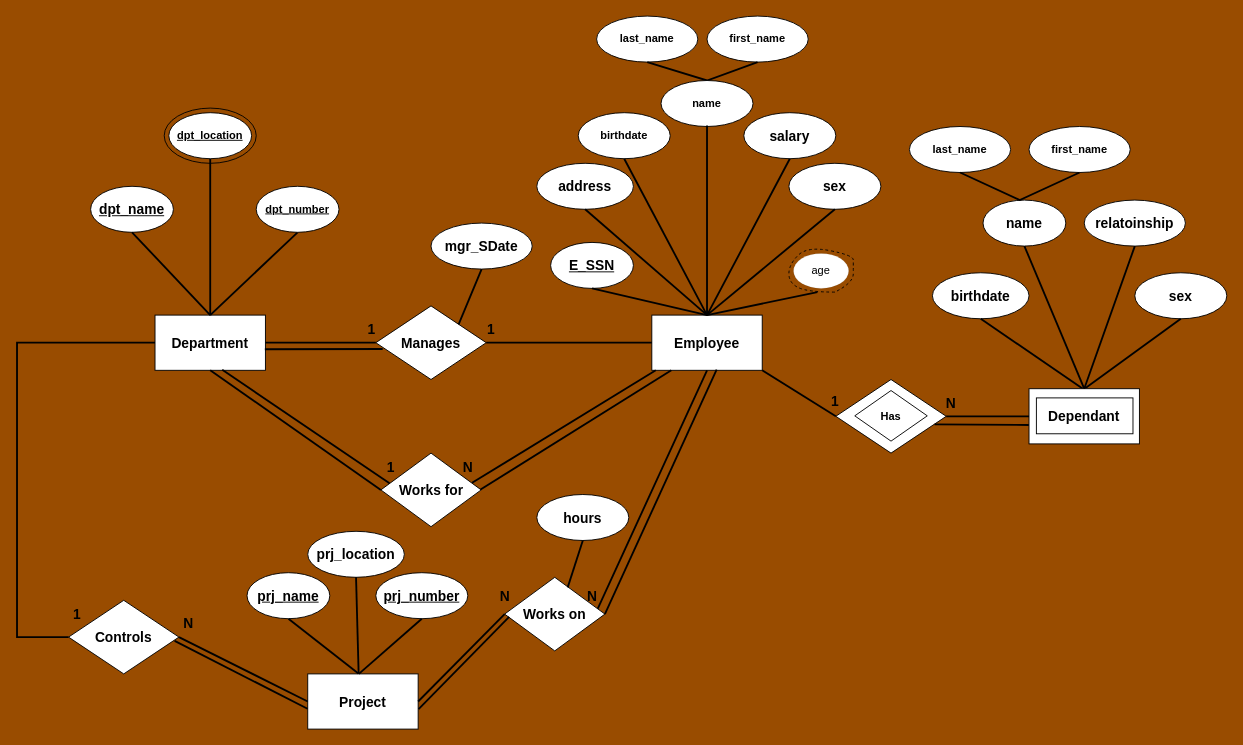
Above: ERD.drawio in Alsayed-Aldkhakhni/SoftwareEngineeringProject (draw.io), before the change. Source tidied: cells renumbered, new cells numbered last; positions are measured from the earlier drawing's top-left corner, leaving out a move shared by most shapes. Both pictures are drawn from the tidied source at 92%, with x=0, y=0 at pixel (17, 16).
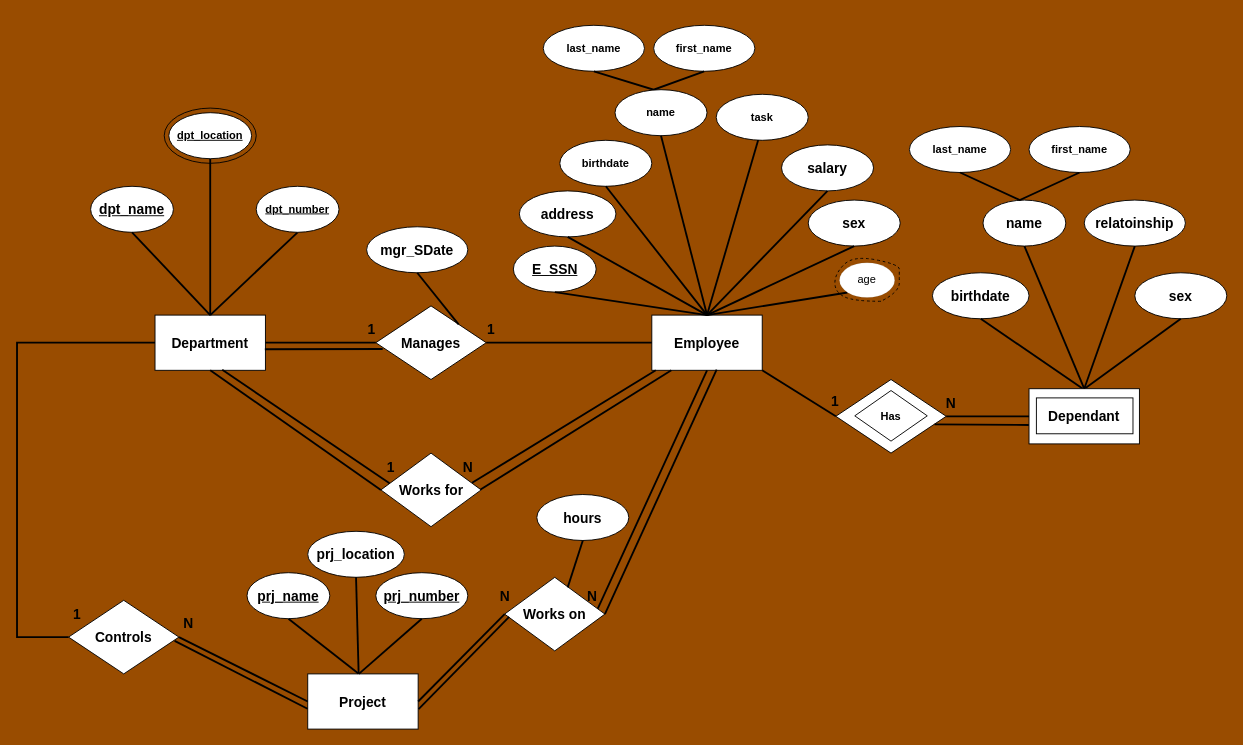
The same diagram, later.

Commit message:
Added task attribute to the Employee entity.

The change refers to these unchanged cells:
```xml
<mxCell id="11" value="&lt;font style=&quot;font-size: 15px;&quot;&gt;&lt;b&gt;Employee&lt;/b&gt;&lt;/font&gt;" style="rounded=0;whiteSpace=wrap;html=1;" parent="1" vertex="1">
  <mxGeometry x="690" y="325" width="120" height="60" as="geometry" />
</mxCell>
```

What changed in the source:
```diff
@@
     <mxCell id="3" value="&lt;b&gt;&lt;span style=&quot;font-size: 15px;&quot;&gt;mgr_SDate&lt;/span&gt;&lt;/b&gt;" style="ellipse;whiteSpace=wrap;html=1;" parent="1" vertex="1">
-      <mxGeometry x="450" y="225" width="110" height="50" as="geometry" />
+      <mxGeometry x="380" y="229" width="110" height="50" as="geometry" />
     </mxCell>
@@
     <mxCell id="38" value="&lt;u&gt;&lt;b style=&quot;font-size: 15px;&quot;&gt;&lt;/b&gt;&lt;font size=&quot;1&quot;&gt;&lt;/font&gt;&lt;b style=&quot;font-size: 15px;&quot;&gt;&lt;span style=&quot;font-size: 15px;&quot;&gt;E_SSN&lt;/span&gt;&lt;/b&gt;&lt;/u&gt;" style="ellipse;whiteSpace=wrap;html=1;" parent="1" vertex="1">
-      <mxGeometry x="580" y="246" width="90" height="50" as="geometry" />
+      <mxGeometry x="539.5" y="250" width="90" height="50" as="geometry" />
     </mxCell>
     <mxCell id="39" value="&lt;font style=&quot;font-size: 15px;&quot;&gt;&lt;b&gt;sex&lt;/b&gt;&lt;/font&gt;" style="ellipse;whiteSpace=wrap;html=1;" parent="1" vertex="1">
-      <mxGeometry x="839" y="160" width="100" height="50" as="geometry" />
+      <mxGeometry x="860" y="200" width="100" height="50" as="geometry" />
     </mxCell>
@@
     <mxCell id="42" value="&lt;font style=&quot;font-size: 15px;&quot;&gt;&lt;b&gt;address&lt;/b&gt;&lt;/font&gt;" style="ellipse;whiteSpace=wrap;html=1;" parent="1" vertex="1">
-      <mxGeometry x="565" y="160" width="105" height="50" as="geometry" />
+      <mxGeometry x="546" y="190" width="105" height="50" as="geometry" />
     </mxCell>
@@
     <mxCell id="44" value="&lt;b style=&quot;font-size: 15px;&quot;&gt;&lt;font style=&quot;font-size: 15px;&quot;&gt;salary&lt;/font&gt;&lt;/b&gt;" style="ellipse;whiteSpace=wrap;html=1;" parent="1" vertex="1">
-      <mxGeometry x="790" y="105" width="100" height="50" as="geometry" />
+      <mxGeometry x="831" y="140" width="100" height="50" as="geometry" />
     </mxCell>
     <mxCell id="45" value="&lt;b&gt;birthdate&lt;/b&gt;" style="ellipse;whiteSpace=wrap;html=1;" parent="1" vertex="1">
-      <mxGeometry x="610" y="105" width="100" height="50" as="geometry" />
+      <mxGeometry x="590" y="135" width="100" height="50" as="geometry" />
     </mxCell>
     <mxCell id="46" style="endArrow=none;dashed=1;html=1;rounded=0;curved=1;flowAnimation=0;shadow=0;targetPerimeterSpacing=0;strokeColor=default;" parent="1" edge="1">
       <mxGeometry relative="1" as="geometry">
-        <mxPoint x="889" y="300" as="sourcePoint" />
-        <mxPoint x="889" y="300" as="targetPoint" />
+        <mxPoint x="939" y="310" as="sourcePoint" />
+        <mxPoint x="939" y="310" as="targetPoint" />
         <Array as="points">
-          <mxPoint x="859" y="300" />
-          <mxPoint x="839" y="290" />
-          <mxPoint x="839" y="270" />
-          <mxPoint x="859" y="250" />
+          <mxPoint x="909" y="310" />
+          <mxPoint x="889" y="300" />
+          <mxPoint x="889" y="280" />
           <mxPoint x="909" y="260" />
-          <mxPoint x="909" y="270" />
-          <mxPoint x="909" y="290" />
+          <mxPoint x="959" y="270" />
+          <mxPoint x="959" y="280" />
+          <mxPoint x="959" y="300" />
         </Array>
       </mxGeometry>
     </mxCell>
@@
-    <mxCell id="49" style="endArrow=none;html=1;rounded=0;exitX=0.5;exitY=0;exitDx=0;exitDy=0;strokeWidth=2;" parent="1" edge="1" source="11">
-      <mxGeometry relative="1" as="geometry">
-        <mxPoint x="870" y="300" as="targetPoint" />
-      </mxGeometry>
+    <mxCell id="49" style="endArrow=none;html=1;rounded=0;exitX=0.5;exitY=0;exitDx=0;exitDy=0;strokeWidth=2;entryX=0;entryY=1;entryDx=0;entryDy=0;" parent="1" edge="1" source="11" target="50">
+      <mxGeometry relative="1" as="geometry" />
     </mxCell>
     <mxCell id="50" value="age" style="ellipse;whiteSpace=wrap;html=1;strokeWidth=0;" parent="1" vertex="1">
-      <mxGeometry x="844" y="258" width="60" height="38" as="geometry" />
+      <mxGeometry x="894" y="268" width="60" height="38" as="geometry" />
     </mxCell>
@@
     <mxCell id="68" value="&lt;b&gt;first_name&lt;/b&gt;" style="ellipse;whiteSpace=wrap;html=1;" parent="1" vertex="1">
-      <mxGeometry x="750" width="110" height="50" as="geometry" />
+      <mxGeometry x="692" y="10" width="110" height="50" as="geometry" />
     </mxCell>
     <mxCell id="69" value="&lt;b&gt;last_name&lt;/b&gt;" style="ellipse;whiteSpace=wrap;html=1;" parent="1" vertex="1">
-      <mxGeometry x="630" width="110" height="50" as="geometry" />
+      <mxGeometry x="572" y="10" width="110" height="50" as="geometry" />
     </mxCell>
     <mxCell id="70" style="endArrow=none;html=1;rounded=0;entryX=0.5;entryY=1;entryDx=0;entryDy=0;strokeWidth=2;exitX=0.5;exitY=1;exitDx=0;exitDy=0;" parent="1" edge="1" source="68" target="69">
       <mxGeometry relative="1" as="geometry">
         <Array as="points">
-          <mxPoint x="750" y="70" />
+          <mxPoint x="692" y="80" />
         </Array>
       </mxGeometry>
     </mxCell>
     <mxCell id="71" value="&lt;b&gt;name&lt;/b&gt;" style="ellipse;whiteSpace=wrap;html=1;" parent="1" vertex="1">
-      <mxGeometry x="700" y="70" width="100" height="50" as="geometry" />
+      <mxGeometry x="650" y="80" width="100" height="50" as="geometry" />
     </mxCell>
-    <mxCell id="72" style="endArrow=none;html=1;rounded=0;entryX=0.5;entryY=0.979;entryDx=0;entryDy=0;exitX=0.5;exitY=0;exitDx=0;exitDy=0;strokeWidth=2;entryPerimeter=0;" parent="1" edge="1" source="11" target="71">
+    <mxCell id="72" style="endArrow=none;html=1;rounded=0;entryX=0.5;entryY=1;entryDx=0;entryDy=0;exitX=0.5;exitY=0;exitDx=0;exitDy=0;strokeWidth=2;" parent="1" edge="1" source="11" target="71">
       <mxGeometry relative="1" as="geometry" />
     </mxCell>
@@
+    <mxCell id="86" style="endArrow=none;html=1;rounded=0;exitX=0.5;exitY=0;exitDx=0;exitDy=0;strokeWidth=2;entryX=0.461;entryY=0.963;entryDx=0;entryDy=0;entryPerimeter=0;" parent="1" edge="1" source="11" target="87">
+      <mxGeometry relative="1" as="geometry" />
+    </mxCell>
+    <mxCell id="87" value="&lt;b&gt;task&lt;/b&gt;" style="ellipse;whiteSpace=wrap;html=1;" parent="1" vertex="1">
+      <mxGeometry x="760" y="85" width="100" height="50" as="geometry" />
+    </mxCell>
```
